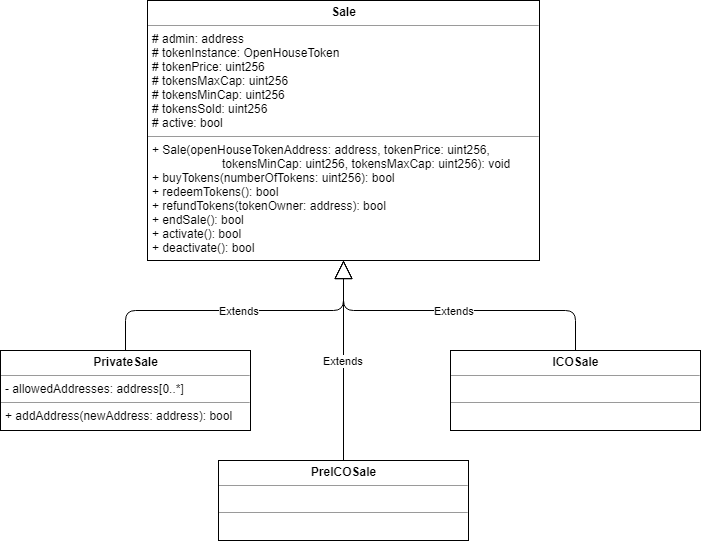
The draw.io diagram uml/Sale/Sale.png in gkamtzir/Ethereum-ICO-Diploma-Thesis, before a commit. Source tidied: cells renumbered, new cells last; positions are measured from the earlier drawing's top-left corner, leaving out a move shared by most shapes.
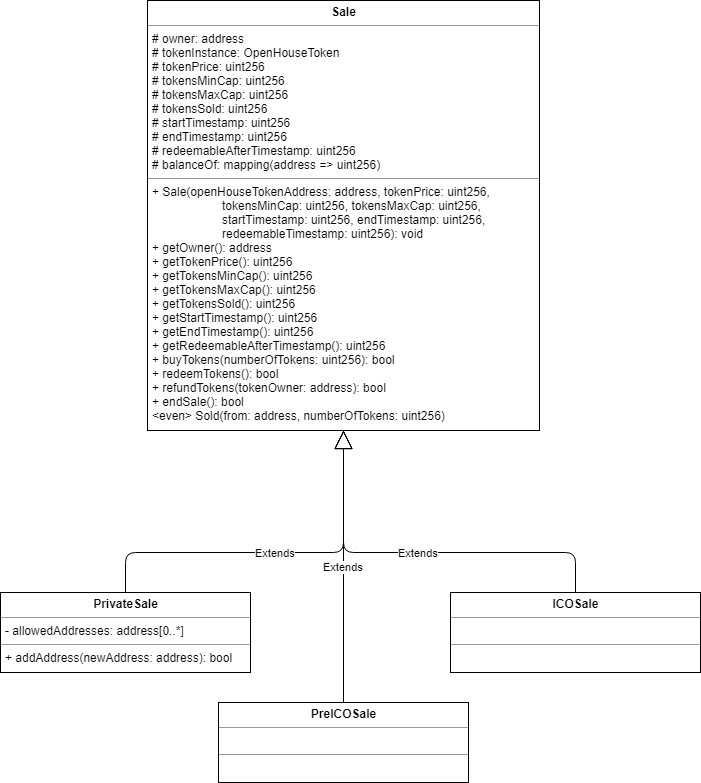
Above is the later version.

Commit message:
Updated the Sale class diagram.

The edit, as a diff of the source:
```diff
@@ -2,8 +2,8 @@
   <root>
     <mxCell id="0" />
     <mxCell id="1" parent="0" />
-    <mxCell id="2" value="&lt;p style=&quot;margin: 0px ; margin-top: 4px ; text-align: center&quot;&gt;&lt;b&gt;Sale&lt;/b&gt;&lt;/p&gt;&lt;hr size=&quot;1&quot;&gt;&lt;p style=&quot;margin: 0px ; margin-left: 4px&quot;&gt;# admin: address&lt;/p&gt;&lt;p style=&quot;margin: 0px ; margin-left: 4px&quot;&gt;# tokenInstance: OpenHouseToken&lt;/p&gt;&lt;p style=&quot;margin: 0px ; margin-left: 4px&quot;&gt;# tokenPrice: uint256&lt;/p&gt;&lt;p style=&quot;margin: 0px ; margin-left: 4px&quot;&gt;# tokensMaxCap: uint256&lt;/p&gt;&lt;p style=&quot;margin: 0px ; margin-left: 4px&quot;&gt;# tokensMinCap: uint256&lt;/p&gt;&lt;p style=&quot;margin: 0px ; margin-left: 4px&quot;&gt;# tokensSold: uint256&lt;/p&gt;&lt;p style=&quot;margin: 0px ; margin-left: 4px&quot;&gt;# active: bool&lt;/p&gt;&lt;hr size=&quot;1&quot;&gt;&lt;p style=&quot;margin: 0px ; margin-left: 4px&quot;&gt;+ Sale(openHouseTokenAddress: address, tokenPrice: uint256,&lt;/p&gt;&lt;p style=&quot;margin: 0px ; margin-left: 4px&quot;&gt;&amp;nbsp; &amp;nbsp; &amp;nbsp; &amp;nbsp; &amp;nbsp; &amp;nbsp; &amp;nbsp; &amp;nbsp; &amp;nbsp; &amp;nbsp; &amp;nbsp;tokensMinCap: uint256, tokensMaxCap: uint256): void&lt;/p&gt;&lt;p style=&quot;margin: 0px ; margin-left: 4px&quot;&gt;+ buyTokens(numberOfTokens: uint256): bool&lt;/p&gt;&lt;p style=&quot;margin: 0px ; margin-left: 4px&quot;&gt;+ redeemTokens(): bool&lt;/p&gt;&lt;p style=&quot;margin: 0px ; margin-left: 4px&quot;&gt;+ refundTokens(tokenOwner: address): bool&lt;/p&gt;&lt;p style=&quot;margin: 0px ; margin-left: 4px&quot;&gt;+ endSale(): bool&lt;/p&gt;&lt;p style=&quot;margin: 0px ; margin-left: 4px&quot;&gt;+ activate(): bool&lt;/p&gt;&lt;p style=&quot;margin: 0px ; margin-left: 4px&quot;&gt;+ deactivate(): bool&lt;/p&gt;" style="verticalAlign=top;align=left;overflow=fill;fontSize=12;fontFamily=Helvetica;html=1;" parent="1" vertex="1">
-      <mxGeometry x="147" width="392" height="260" as="geometry" />
+    <mxCell id="2" value="&lt;p style=&quot;margin: 0px ; margin-top: 4px ; text-align: center&quot;&gt;&lt;b&gt;Sale&lt;/b&gt;&lt;/p&gt;&lt;hr size=&quot;1&quot;&gt;&lt;p style=&quot;margin: 0px ; margin-left: 4px&quot;&gt;# owner: address&lt;/p&gt;&lt;p style=&quot;margin: 0px ; margin-left: 4px&quot;&gt;# tokenInstance: OpenHouseToken&lt;/p&gt;&lt;p style=&quot;margin: 0px ; margin-left: 4px&quot;&gt;# tokenPrice: uint256&lt;/p&gt;&lt;p style=&quot;margin: 0px ; margin-left: 4px&quot;&gt;# tokensMinCap: uint256&lt;/p&gt;&lt;p style=&quot;margin: 0px ; margin-left: 4px&quot;&gt;# tokensMaxCap: uint256&lt;/p&gt;&lt;p style=&quot;margin: 0px ; margin-left: 4px&quot;&gt;# tokensSold: uint256&lt;/p&gt;&lt;p style=&quot;margin: 0px ; margin-left: 4px&quot;&gt;# startTimestamp: uint256&lt;/p&gt;&lt;p style=&quot;margin: 0px ; margin-left: 4px&quot;&gt;# endTimestamp: uint256&lt;/p&gt;&lt;p style=&quot;margin: 0px ; margin-left: 4px&quot;&gt;# redeemableAfterTimestamp: uint256&lt;/p&gt;&lt;p style=&quot;margin: 0px ; margin-left: 4px&quot;&gt;# balanceOf: mapping(address =&amp;gt; uint256)&lt;/p&gt;&lt;hr size=&quot;1&quot;&gt;&lt;p style=&quot;margin: 0px ; margin-left: 4px&quot;&gt;+ Sale(openHouseTokenAddress: address, tokenPrice: uint256,&lt;/p&gt;&lt;p style=&quot;margin: 0px ; margin-left: 4px&quot;&gt;&amp;nbsp; &amp;nbsp; &amp;nbsp; &amp;nbsp; &amp;nbsp; &amp;nbsp; &amp;nbsp; &amp;nbsp; &amp;nbsp; &amp;nbsp; &amp;nbsp;tokensMinCap: uint256, tokensMaxCap: uint256,&lt;/p&gt;&lt;p style=&quot;margin: 0px ; margin-left: 4px&quot;&gt;&amp;nbsp; &amp;nbsp; &amp;nbsp; &amp;nbsp; &amp;nbsp; &amp;nbsp; &amp;nbsp; &amp;nbsp; &amp;nbsp; &amp;nbsp; &amp;nbsp;startTimestamp: uint256, endTimestamp: uint256,&lt;/p&gt;&lt;p style=&quot;margin: 0px ; margin-left: 4px&quot;&gt;&amp;nbsp; &amp;nbsp; &amp;nbsp; &amp;nbsp; &amp;nbsp; &amp;nbsp; &amp;nbsp; &amp;nbsp; &amp;nbsp; &amp;nbsp; &amp;nbsp;redeemableTimestamp: uint256): void&lt;/p&gt;&lt;p style=&quot;margin: 0px ; margin-left: 4px&quot;&gt;+ getOwner(): address&lt;/p&gt;&lt;p style=&quot;margin: 0px ; margin-left: 4px&quot;&gt;+ getTokenPrice(): uint256&lt;/p&gt;&lt;p style=&quot;margin: 0px ; margin-left: 4px&quot;&gt;+ getTokensMinCap(): uint256&lt;/p&gt;&lt;p style=&quot;margin: 0px ; margin-left: 4px&quot;&gt;+ getTokensMaxCap(): uint256&lt;/p&gt;&lt;p style=&quot;margin: 0px ; margin-left: 4px&quot;&gt;+ getTokensSold(): uint256&lt;/p&gt;&lt;p style=&quot;margin: 0px ; margin-left: 4px&quot;&gt;+ getStartTimestamp(): uint256&lt;/p&gt;&lt;p style=&quot;margin: 0px ; margin-left: 4px&quot;&gt;+ getEndTimestamp(): uint256&lt;/p&gt;&lt;p style=&quot;margin: 0px ; margin-left: 4px&quot;&gt;+ getRedeemableAfterTimestamp(): uint256&lt;/p&gt;&lt;p style=&quot;margin: 0px ; margin-left: 4px&quot;&gt;+ buyTokens(numberOfTokens: uint256): bool&lt;/p&gt;&lt;p style=&quot;margin: 0px ; margin-left: 4px&quot;&gt;+ redeemTokens(): bool&lt;/p&gt;&lt;p style=&quot;margin: 0px ; margin-left: 4px&quot;&gt;+ refundTokens(tokenOwner: address): bool&lt;/p&gt;&lt;p style=&quot;margin: 0px ; margin-left: 4px&quot;&gt;+ endSale(): bool&lt;/p&gt;&lt;p style=&quot;margin: 0px ; margin-left: 4px&quot;&gt;&amp;lt;even&amp;gt; Sold(from: address, numberOfTokens: uint256)&lt;/p&gt;" style="verticalAlign=top;align=left;overflow=fill;fontSize=12;fontFamily=Helvetica;html=1;" parent="1" vertex="1">
+      <mxGeometry x="147" y="-242" width="392" height="430" as="geometry" />
     </mxCell>
     <mxCell id="3" value="&lt;p style=&quot;margin: 0px ; margin-top: 4px ; text-align: center&quot;&gt;&lt;b&gt;PrivateSale&lt;/b&gt;&lt;/p&gt;&lt;hr size=&quot;1&quot;&gt;&lt;p style=&quot;margin: 0px ; margin-left: 4px&quot;&gt;- allowedAddresses: address[0..*]&lt;/p&gt;&lt;hr size=&quot;1&quot;&gt;&lt;p style=&quot;margin: 0px ; margin-left: 4px&quot;&gt;&lt;span&gt;+ addAddress(newAddress: address): bool&lt;/span&gt;&lt;br&gt;&lt;/p&gt;" style="verticalAlign=top;align=left;overflow=fill;fontSize=12;fontFamily=Helvetica;html=1;" parent="1" vertex="1">
       <mxGeometry y="350" width="250" height="80" as="geometry" />
@@ -25,8 +25,9 @@
         </Array>
       </mxGeometry>
     </mxCell>
-    <mxCell id="8" value="Extends" style="endArrow=block;endSize=16;endFill=0;html=1;exitX=0.5;exitY=0;exitDx=0;exitDy=0;entryX=0.5;entryY=1;entryDx=0;entryDy=0;" parent="1" edge="1" source="5" target="2">
+    <mxCell id="8" value="Extends" style="endArrow=block;endSize=16;endFill=0;html=1;exitX=0.5;exitY=0;exitDx=0;exitDy=0;" parent="1" edge="1" source="5">
       <mxGeometry relative="1" as="geometry">
+        <mxPoint x="343" y="188" as="targetPoint" />
         <Array as="points">
           <mxPoint x="575" y="310" />
           <mxPoint x="343" y="310" />
```
